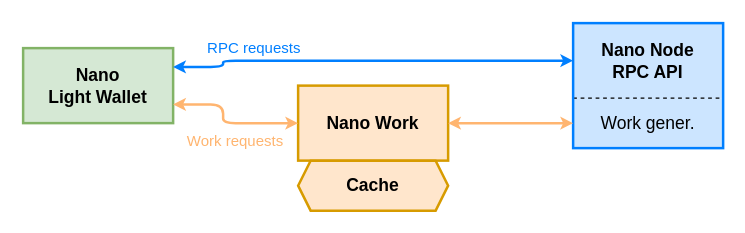
Above: doc/nano_work_cache_diag.drawio in optout21/nano-work-cache (draw.io), before the change. Source tidied: cells renumbered, new cells numbered last; positions are measured from the earlier drawing's top-left corner, leaving out a move shared by most shapes. Both pictures are drawn from the tidied source at 125%, with x=0, y=0 at pixel (22, 22).
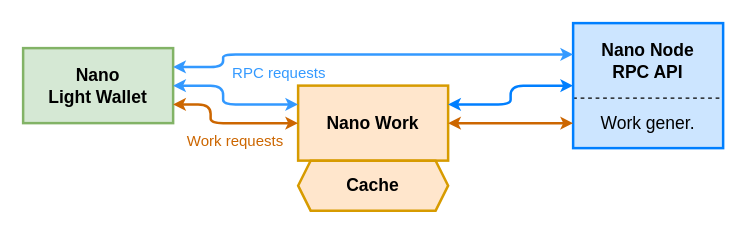
After the change.

Commit message (it also covers changes not shown here):
Doc changes (add stats to Readme, update diagram).

The edit, as a diff of the source:
```diff
@@
 <mxGraphModel>
   <root>
     <mxCell id="0" />
     <mxCell id="1" parent="0" />
     <mxCell id="2" value="&lt;font style=&quot;font-size: 14px&quot;&gt;&lt;b&gt;Nano Node&lt;br&gt;RPC API&lt;br&gt;&lt;/b&gt;&lt;/font&gt;" style="rounded=0;whiteSpace=wrap;html=1;fillColor=#CCE5FF;strokeColor=none;" parent="1" vertex="1">
       <mxGeometry x="440" width="120" height="60" as="geometry" />
     </mxCell>
     <mxCell id="3" value="&lt;font style=&quot;font-size: 14px&quot;&gt;Work gener.&lt;br&gt;&lt;/font&gt;" style="rounded=0;whiteSpace=wrap;html=1;fillColor=#CCE5FF;dashed=1;" parent="1" vertex="1">
       <mxGeometry x="440" y="60" width="120" height="40" as="geometry" />
     </mxCell>
     <mxCell id="4" style="rounded=0;whiteSpace=wrap;html=1;fillColor=none;strokeWidth=2;strokeColor=#007FFF;" parent="1" vertex="1">
       <mxGeometry x="440" width="120" height="100" as="geometry" />
     </mxCell>
     <mxCell id="5" value="&lt;b&gt;&lt;font style=&quot;font-size: 14px&quot;&gt;Nano&lt;br&gt;Light Wallet&lt;br&gt;&lt;/font&gt;&lt;/b&gt;" style="rounded=0;whiteSpace=wrap;html=1;strokeWidth=2;fillColor=#d5e8d4;strokeColor=#82b366;" parent="1" vertex="1">
       <mxGeometry y="20" width="120" height="60" as="geometry" />
     </mxCell>
-    <mxCell id="6" style="endArrow=classic;html=1;entryX=0;entryY=0.5;entryDx=0;entryDy=0;edgeStyle=elbowEdgeStyle;strokeColor=#007FFF;strokeWidth=2;startArrow=classic;startFill=1;endSize=4;startSize=4;exitX=1;exitY=0.25;exitDx=0;exitDy=0;" parent="1" edge="1" source="5" target="2">
+    <mxCell id="6" style="endArrow=classic;html=1;entryX=0;entryY=0.25;entryDx=0;entryDy=0;edgeStyle=elbowEdgeStyle;strokeColor=#3399FF;strokeWidth=2;startArrow=classic;startFill=1;endSize=4;startSize=4;exitX=1;exitY=0.25;exitDx=0;exitDy=0;" parent="1" edge="1" source="5" target="4">
       <mxGeometry relative="1" as="geometry">
         <Array as="points">
-          <mxPoint x="160" y="20" />
+          <mxPoint x="160" y="35" />
         </Array>
       </mxGeometry>
     </mxCell>
     <mxCell id="7" value="&lt;div style=&quot;font-size: 14px&quot;&gt;&lt;b&gt;&lt;font style=&quot;font-size: 14px&quot;&gt;Nano Work&lt;br&gt;&lt;/font&gt;&lt;/b&gt;&lt;/div&gt;" style="rounded=0;whiteSpace=wrap;html=1;strokeColor=#d79b00;strokeWidth=2;fillColor=#ffe6cc;" parent="1" vertex="1">
       <mxGeometry x="220" y="50" width="120" height="60" as="geometry" />
     </mxCell>
-    <mxCell id="8" style="endArrow=classic;html=1;strokeColor=#FFB570;strokeWidth=2;startArrow=classic;startFill=1;exitX=1;exitY=0.5;exitDx=0;exitDy=0;entryX=0;entryY=0.5;entryDx=0;entryDy=0;endSize=4;startSize=4;" parent="1" edge="1" source="7" target="3">
+    <mxCell id="8" style="endArrow=classic;html=1;strokeColor=#CC6600;strokeWidth=2;startArrow=classic;startFill=1;exitX=1;exitY=0.5;exitDx=0;exitDy=0;entryX=0;entryY=0.5;entryDx=0;entryDy=0;endSize=4;startSize=4;" parent="1" edge="1" source="7" target="3">
       <mxGeometry relative="1" as="geometry" />
     </mxCell>
-    <mxCell id="9" style="endArrow=classic;html=1;strokeColor=#FFB570;strokeWidth=2;startArrow=classic;startFill=1;entryX=0;entryY=0.5;entryDx=0;entryDy=0;endSize=4;startSize=4;edgeStyle=elbowEdgeStyle;exitX=1;exitY=0.75;exitDx=0;exitDy=0;" parent="1" edge="1" source="5" target="7">
+    <mxCell id="9" style="endArrow=classic;html=1;strokeColor=#CC6600;strokeWidth=2;startArrow=classic;startFill=1;entryX=0;entryY=0.5;entryDx=0;entryDy=0;endSize=4;startSize=4;edgeStyle=elbowEdgeStyle;exitX=1;exitY=0.75;exitDx=0;exitDy=0;" parent="1" edge="1" source="5" target="7">
       <mxGeometry relative="1" as="geometry">
         <Array as="points">
-          <mxPoint x="160" y="70" />
+          <mxPoint x="150" y="70" />
         </Array>
       </mxGeometry>
     </mxCell>
     <mxCell id="10" value="&lt;b&gt;&lt;font style=&quot;font-size: 14px&quot;&gt;Cache&lt;/font&gt;&lt;/b&gt;" style="shape=hexagon;perimeter=hexagonPerimeter2;whiteSpace=wrap;html=1;strokeColor=#d79b00;strokeWidth=2;fillColor=#ffe6cc;size=0.08333333333333333;" parent="1" vertex="1">
       <mxGeometry x="220" y="110" width="120" height="40" as="geometry" />
     </mxCell>
-    <mxCell id="11" value="&lt;font color=&quot;#007FFF&quot;&gt;RPC requests&lt;/font&gt;" style="text;html=1;strokeColor=none;fillColor=none;align=center;verticalAlign=middle;whiteSpace=wrap;rounded=0;" parent="1" vertex="1">
-      <mxGeometry x="120" y="10" width="130" height="20" as="geometry" />
+    <mxCell id="11" value="&lt;font color=&quot;#3399FF&quot;&gt;RPC requests&lt;/font&gt;" style="text;html=1;strokeColor=none;fillColor=none;align=center;verticalAlign=middle;whiteSpace=wrap;rounded=0;" parent="1" vertex="1">
+      <mxGeometry x="160" y="30" width="90" height="20" as="geometry" />
     </mxCell>
-    <mxCell id="12" value="&lt;font color=&quot;#FFB570&quot;&gt;Work requests&lt;/font&gt;" style="text;html=1;strokeColor=none;fillColor=none;align=center;verticalAlign=middle;whiteSpace=wrap;rounded=0;" parent="1" vertex="1">
+    <mxCell id="12" value="&lt;font color=&quot;#CC6600&quot;&gt;Work requests&lt;/font&gt;" style="text;html=1;strokeColor=none;fillColor=none;align=center;verticalAlign=middle;whiteSpace=wrap;rounded=0;" parent="1" vertex="1">
       <mxGeometry x="120" y="85" width="100" height="20" as="geometry" />
     </mxCell>
+    <mxCell id="13" style="endArrow=classic;html=1;entryX=0;entryY=0.25;entryDx=0;entryDy=0;edgeStyle=elbowEdgeStyle;strokeColor=#3399FF;strokeWidth=2;startArrow=classic;startFill=1;endSize=4;startSize=4;exitX=1;exitY=0.5;exitDx=0;exitDy=0;endFill=1;" parent="1" edge="1" source="5" target="7">
+      <mxGeometry relative="1" as="geometry">
+        <Array as="points">
+          <mxPoint x="160" y="60" />
+        </Array>
+      </mxGeometry>
+    </mxCell>
+    <mxCell id="14" style="endArrow=classic;html=1;entryX=1;entryY=0.25;entryDx=0;entryDy=0;strokeColor=#007FFF;strokeWidth=2;startArrow=classic;startFill=1;endSize=4;startSize=4;exitX=0;exitY=0.5;exitDx=0;exitDy=0;endFill=1;edgeStyle=elbowEdgeStyle;" parent="1" edge="1" source="4" target="7">
+      <mxGeometry relative="1" as="geometry" />
+    </mxCell>
   </root>
 </mxGraphModel>
```
